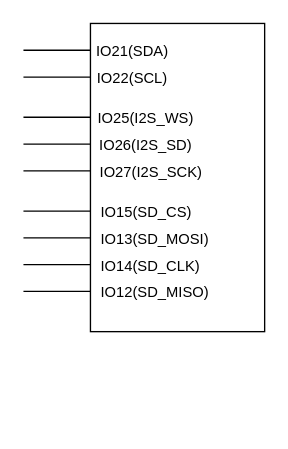
The draw.io diagram Диаграмма без названия.drawio in Mrw0lf14/diplom_ecg, before the edit. Source tidied: cells renumbered, new cells numbered last; positions are measured from the earlier drawing's top-left corner, leaving out a move shared by most shapes. Both pictures are drawn from the tidied source at 134%, with x=0, y=0 at pixel (23, 23).
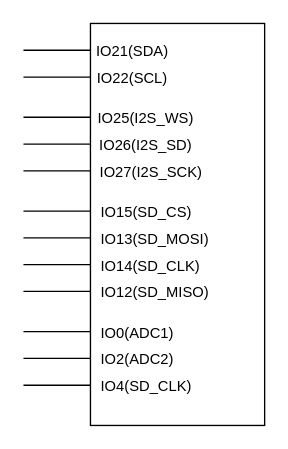
The same diagram, later.

Change to the diagram source:
```diff
@@
     <mxCell id="2" style="rounded=0;whiteSpace=wrap;html=1;" parent="1" vertex="1">
-      <mxGeometry x="50" width="130" height="230" as="geometry" />
+      <mxGeometry x="50" width="130" height="300" as="geometry" />
     </mxCell>
@@
+    <mxCell id="21" style="endArrow=none;html=1;rounded=0;" parent="1" edge="1">
+      <mxGeometry relative="1" as="geometry">
+        <mxPoint y="230" as="sourcePoint" />
+        <mxPoint x="50" y="230" as="targetPoint" />
+      </mxGeometry>
+    </mxCell>
+    <mxCell id="22" value="IO0(ADC1)" style="edgeLabel;html=1;align=left;verticalAlign=middle;" parent="21" vertex="1">
+      <mxGeometry x="0.47" y="-4" relative="1" as="geometry">
+        <mxPoint x="19" y="-4" as="offset" />
+      </mxGeometry>
+    </mxCell>
+    <mxCell id="23" style="endArrow=none;html=1;rounded=0;" parent="1" edge="1">
+      <mxGeometry relative="1" as="geometry">
+        <mxPoint y="250" as="sourcePoint" />
+        <mxPoint x="50" y="250" as="targetPoint" />
+      </mxGeometry>
+    </mxCell>
+    <mxCell id="24" value="IO2(ADC2)" style="edgeLabel;html=1;align=left;verticalAlign=middle;" parent="23" vertex="1">
+      <mxGeometry x="0.47" y="-4" relative="1" as="geometry">
+        <mxPoint x="19" y="-4" as="offset" />
+      </mxGeometry>
+    </mxCell>
+    <mxCell id="25" style="endArrow=none;html=1;rounded=0;" parent="1" edge="1">
+      <mxGeometry relative="1" as="geometry">
+        <mxPoint y="270" as="sourcePoint" />
+        <mxPoint x="50" y="270" as="targetPoint" />
+      </mxGeometry>
+    </mxCell>
+    <mxCell id="26" value="IO4(SD_CLK)" style="edgeLabel;html=1;align=left;verticalAlign=middle;" parent="25" vertex="1">
+      <mxGeometry x="0.47" y="-4" relative="1" as="geometry">
+        <mxPoint x="19" y="-4" as="offset" />
+      </mxGeometry>
+    </mxCell>
```
